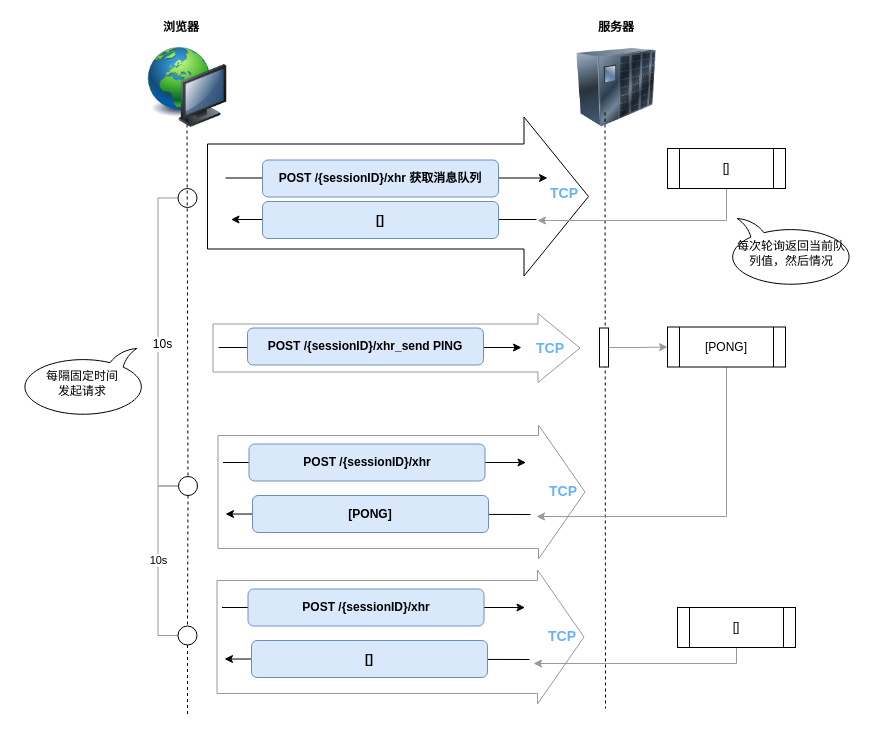
Before: page "polling2" (6 of 7) of source/_drawio/sockjs.drawio in ivan-94/bobi.ink, a draw.io diagram. Source tidied: cells renumbered, new cells numbered last; positions are measured from the earlier drawing's top-left corner, leaving out a move shared by most shapes. Both pictures are drawn from the tidied source at 100%, with x=0, y=0 at pixel (17, 17).
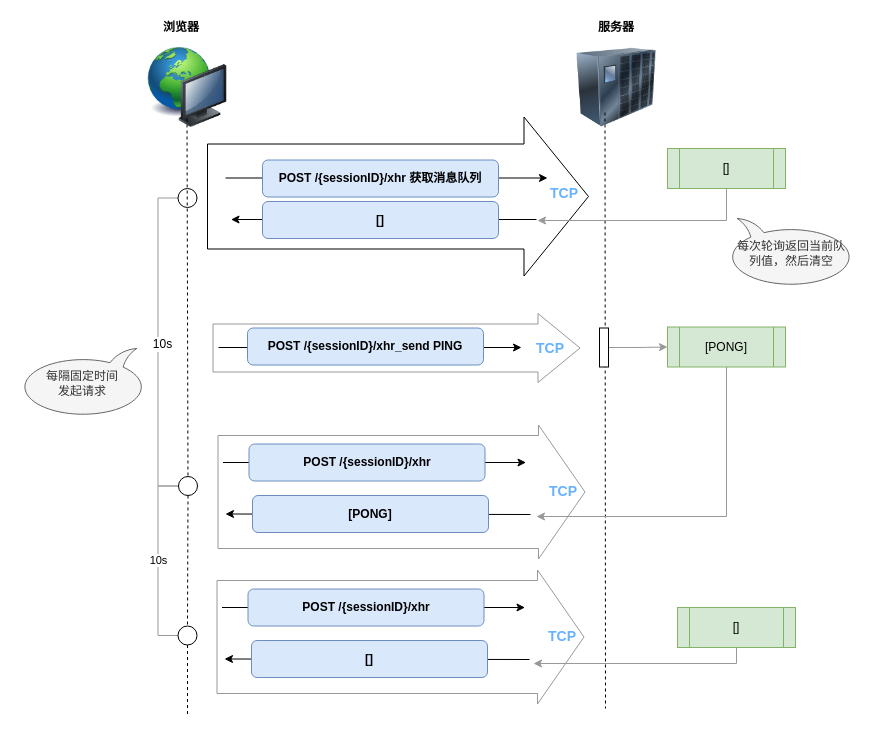
The same page after the edit.

The edit, as a diff of the source:
```diff
@@
-    <mxCell id="20" value="[PONG]" style="shape=process;whiteSpace=wrap;html=1;backgroundOutline=1;" parent="1" vertex="1">
+    <mxCell id="20" value="[PONG]" style="shape=process;whiteSpace=wrap;html=1;backgroundOutline=1;fillColor=#d5e8d4;strokeColor=#82b366;" parent="1" vertex="1">
       <mxGeometry x="650" y="309.5" width="118" height="40" as="geometry" />
     </mxCell>
@@
-    <mxCell id="31" value="[]" style="shape=process;whiteSpace=wrap;html=1;backgroundOutline=1;" parent="1" vertex="1">
+    <mxCell id="31" value="[]" style="shape=process;whiteSpace=wrap;html=1;backgroundOutline=1;fillColor=#d5e8d4;strokeColor=#82b366;" parent="1" vertex="1">
       <mxGeometry x="650" y="131" width="118" height="40" as="geometry" />
     </mxCell>
@@
-    <mxCell id="41" value="[]" style="shape=process;whiteSpace=wrap;html=1;backgroundOutline=1;" parent="1" vertex="1">
+    <mxCell id="41" value="[]" style="shape=process;whiteSpace=wrap;html=1;backgroundOutline=1;fillColor=#d5e8d4;strokeColor=#82b366;" parent="1" vertex="1">
       <mxGeometry x="660" y="590" width="118" height="40" as="geometry" />
     </mxCell>
@@
-    <mxCell id="50" value="每次轮询返回当前队&lt;br&gt;列值，然后情况" style="whiteSpace=wrap;html=1;shape=mxgraph.basic.oval_callout;flipV=1;" parent="1" vertex="1">
+    <mxCell id="50" value="每次轮询返回当前队&lt;br&gt;列值，然后清空" style="whiteSpace=wrap;html=1;shape=mxgraph.basic.oval_callout;flipV=1;fillColor=#f5f5f5;strokeColor=#666666;fontColor=#333333;" parent="1" vertex="1">
       <mxGeometry x="709" y="201" width="130" height="69" as="geometry" />
     </mxCell>
-    <mxCell id="51" value="每隔固定时间&lt;br&gt;发起请求" style="whiteSpace=wrap;html=1;shape=mxgraph.basic.oval_callout;flipV=1;flipH=1;" parent="1" vertex="1">
+    <mxCell id="51" value="每隔固定时间&lt;br&gt;发起请求" style="whiteSpace=wrap;html=1;shape=mxgraph.basic.oval_callout;flipV=1;flipH=1;fillColor=#f5f5f5;strokeColor=#666666;fontColor=#333333;" parent="1" vertex="1">
       <mxGeometry y="331" width="130" height="69" as="geometry" />
     </mxCell>
```
